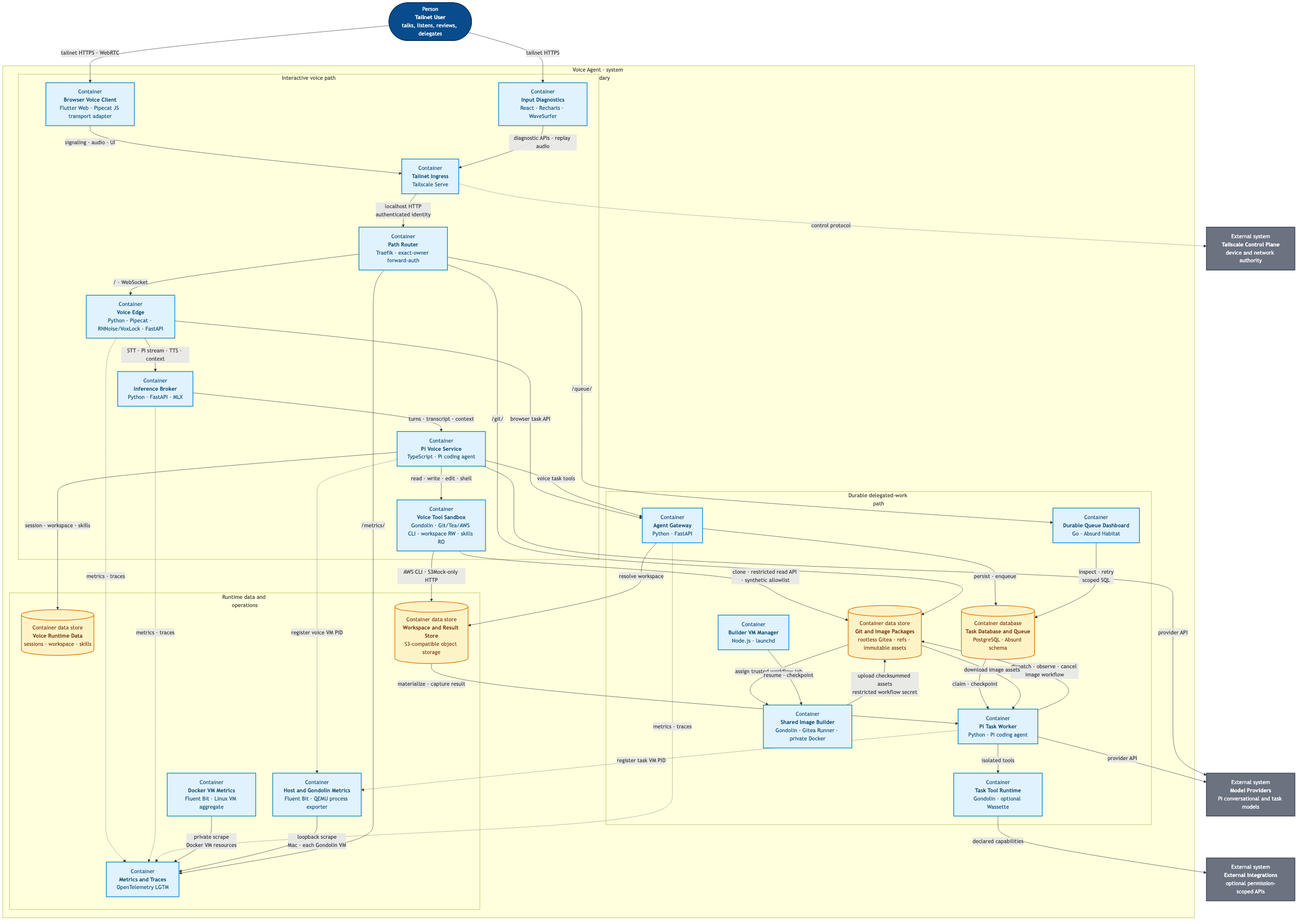
The Mermaid diagram products/voice-agent/docs/architecture/c2-container.png in ragavsathish/agent-workload-platform, before a commit. Its source is kept beside it as products/voice-agent/docs/architecture/c2-container.mmd. The source it was exported from:
```mermaid
flowchart TB
    USER(["Person<br/><b>Tailnet User</b><br/>talks, listens, reviews, delegates"])
    TSC["External system<br/><b>Tailscale Control Plane</b><br/>device and network authority"]
    MODELS["External system<br/><b>Model Providers</b><br/>Pi conversational and task models"]
    INTEGRATIONS["External system<br/><b>External Integrations</b><br/>optional permission-scoped APIs"]

    subgraph SYSTEM["Voice Agent · system boundary"]
        direction TB

        subgraph VOICE["Interactive voice path"]
            direction LR
            BROWSER["Container<br/><b>Browser Voice Client</b><br/>Flutter Web · Pipecat JS transport adapter"]
            DIAGNOSTICS["Container<br/><b>Input Diagnostics</b><br/>React · Recharts · WaveSurfer"]
            INGRESS["Container<br/><b>Tailnet Ingress</b><br/>Tailscale Serve"]
            ROUTER["Container<br/><b>Path Router</b><br/>Traefik · exact-owner forward-auth"]
            EDGE["Container<br/><b>Voice Edge</b><br/>Python · Pipecat · RNNoise/VoxLock · FastAPI"]
            BROKER["Container<br/><b>Inference Broker</b><br/>Python · FastAPI · MLX"]
            PI["Container<br/><b>Pi Voice Service</b><br/>TypeScript · Pi coding agent"]
            VOICE_VM["Container<br/><b>Voice Tool Sandbox</b><br/>Gondolin · Git/Tea/AWS CLI · workspace RW · skills RO"]
            BROWSER -->|"signaling · audio · UI"| INGRESS
            DIAGNOSTICS -->|"diagnostic APIs · replay audio"| INGRESS
            INGRESS -->|"localhost HTTP<br/>authenticated identity"| ROUTER
            ROUTER -->|"/ · WebSocket"| EDGE
            EDGE -->|"STT · Pi stream · TTS · context"| BROKER
            BROKER -->|"turns · transcript · context"| PI
            PI -->|"read · write · edit · shell"| VOICE_VM
        end

        subgraph TASK["Durable delegated-work path"]
            direction LR
            GATEWAY["Container<br/><b>Agent Gateway</b><br/>Python · FastAPI"]
            TASKS[("Container database<br/><b>Task Database and Queue</b><br/>PostgreSQL · Absurd schema")]
            HABITAT["Container<br/><b>Durable Queue Dashboard</b><br/>Go · Absurd Habitat"]
            WORKER["Container<br/><b>Pi Task Worker</b><br/>Python · Pi coding agent"]
            BUILDER_MANAGER["Container<br/><b>Builder VM Manager</b><br/>Node.js · launchd"]
            BUILDER_VM["Container<br/><b>Shared Image Builder</b><br/>Gondolin · Gitea Runner · private Docker"]
            TASK_TOOLS["Container<br/><b>Task Tool Runtime</b><br/>Gondolin · optional Wassette"]
            GATEWAY -->|"persist · enqueue"| TASKS
            HABITAT -->|"inspect · retry<br/>scoped SQL"| TASKS
            TASKS -->|"claim · checkpoint"| WORKER
            WORKER -->|"dispatch · observe · cancel image workflow"| GITEA
            GITEA -->|"assign trusted workflow job"| BUILDER_VM
            BUILDER_MANAGER -->|"resume · checkpoint"| BUILDER_VM
            WORKER -->|"isolated tools"| TASK_TOOLS
        end

        subgraph DATA["Runtime data and operations"]
            direction LR
            VOICE_DATA[("Container data store<br/><b>Voice Runtime Data</b><br/>sessions · workspace · skills")]
            GITEA[("Container data store<br/><b>Git and Image Packages</b><br/>rootless Gitea · refs · immutable assets")]
            ARTIFACTS[("Container data store<br/><b>Workspace and Result Store</b><br/>S3-compatible object storage")]
            DOCKER_METRICS["Container<br/><b>Docker VM Metrics</b><br/>Fluent Bit · Linux VM aggregate"]
            HOST_METRICS["Container<br/><b>Host and Gondolin Metrics</b><br/>Fluent Bit · QEMU process exporter"]
            OTEL["Container<br/><b>Metrics and Traces</b><br/>OpenTelemetry LGTM"]
        end

        EDGE -->|"browser task API"| GATEWAY
        PI -->|"voice task tools"| GATEWAY
        PI -->|"session · workspace · skills"| VOICE_DATA
        VOICE_VM -->|"clone · restricted read API · synthetic allowlist"| GITEA
        VOICE_VM -->|"AWS CLI · S3Mock-only HTTP"| ARTIFACTS
        GATEWAY -->|"resolve workspace"| ARTIFACTS
        ARTIFACTS -->|"materialize · capture result"| WORKER
        BUILDER_VM -->|"upload checksummed assets<br/>restricted workflow secret"| GITEA
        GITEA -->|"download image assets"| WORKER
        EDGE -.->|"metrics · traces"| OTEL
        BROKER -.->|"metrics · traces"| OTEL
        GATEWAY -.->|"metrics · traces"| OTEL
        PI -.->|"register voice VM PID"| HOST_METRICS
        WORKER -.->|"register task VM PID"| HOST_METRICS
        DOCKER_METRICS -->|"private scrape<br/>Docker VM resources"| OTEL
        HOST_METRICS -->|"loopback scrape<br/>Mac · each Gondolin VM"| OTEL
        ROUTER -->|"/metrics/"| OTEL
        ROUTER -->|"/git/"| GITEA
        ROUTER -->|"/queue/"| HABITAT
    end

    USER -->|"tailnet HTTPS · WebRTC"| BROWSER
    USER -->|"tailnet HTTPS"| DIAGNOSTICS
    INGRESS -.->|"control protocol"| TSC
    PI -->|"provider API"| MODELS
    WORKER -->|"provider API"| MODELS
    TASK_TOOLS -->|"declared capabilities"| INTEGRATIONS

    classDef person fill:#084c8d,color:#fff,stroke:#05345f,stroke-width:2px;
    classDef external fill:#6b7280,color:#fff,stroke:#374151,stroke-width:2px;
    classDef container fill:#e0f2fe,color:#0c4a6e,stroke:#0284c7,stroke-width:2px;
    classDef data fill:#fef3c7,color:#78350f,stroke:#d97706,stroke-width:2px;
    class USER person;
    class TSC,MODELS,INTEGRATIONS external;
    class BROWSER,DIAGNOSTICS,INGRESS,ROUTER,EDGE,BROKER,PI,VOICE_VM,GATEWAY,HABITAT,WORKER,BUILDER_MANAGER,BUILDER_VM,TASK_TOOLS,DOCKER_METRICS,HOST_METRICS,OTEL container;
    class TASKS,VOICE_DATA,GITEA,ARTIFACTS data;
```
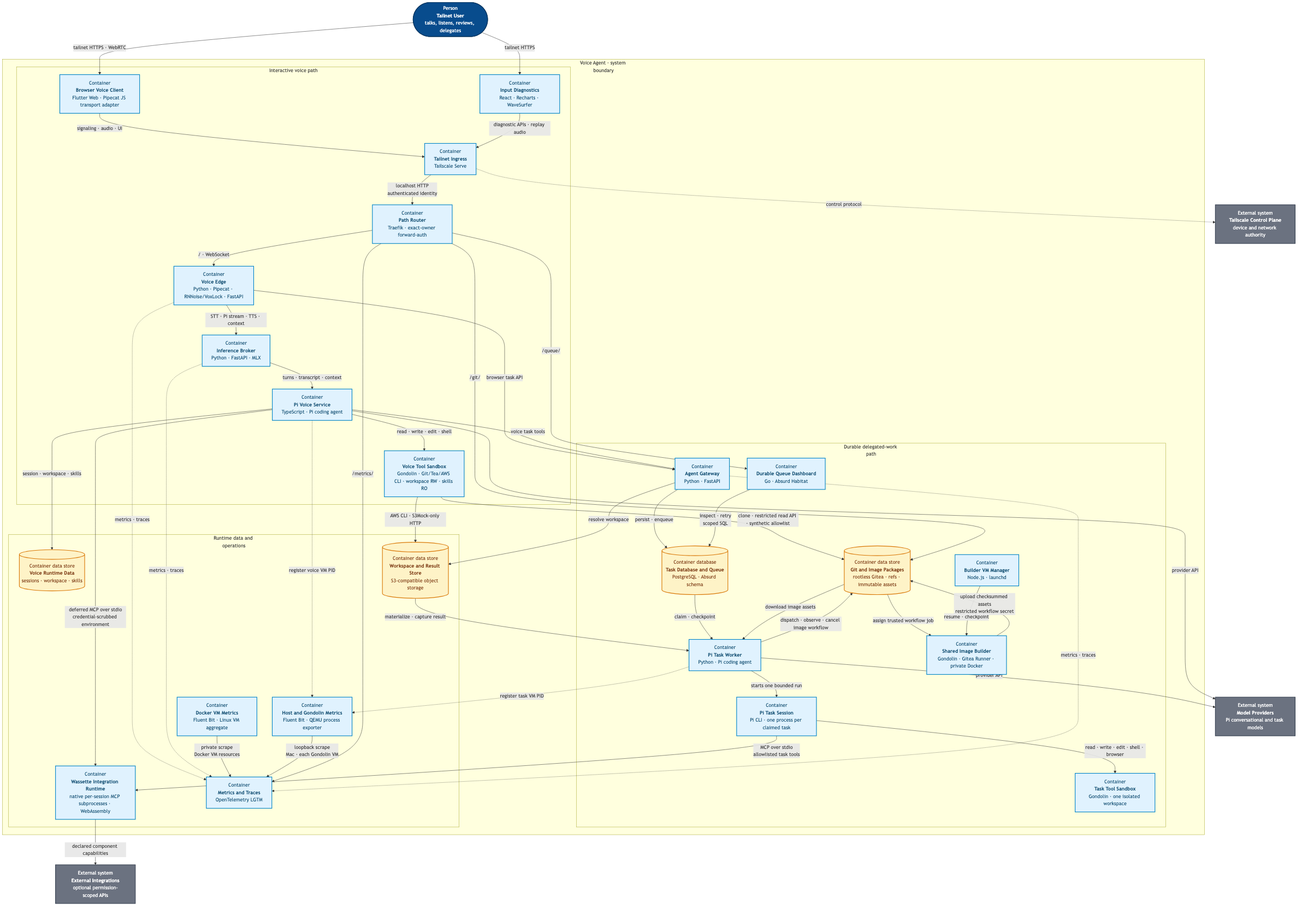
After the change.

What changed in the source:
```diff
@@ -32,16 +32,18 @@
             TASKS[("Container database<br/><b>Task Database and Queue</b><br/>PostgreSQL · Absurd schema")]
             HABITAT["Container<br/><b>Durable Queue Dashboard</b><br/>Go · Absurd Habitat"]
             WORKER["Container<br/><b>Pi Task Worker</b><br/>Python · Pi coding agent"]
+            TASK_PI["Container<br/><b>Pi Task Session</b><br/>Pi CLI · one process per claimed task"]
             BUILDER_MANAGER["Container<br/><b>Builder VM Manager</b><br/>Node.js · launchd"]
             BUILDER_VM["Container<br/><b>Shared Image Builder</b><br/>Gondolin · Gitea Runner · private Docker"]
-            TASK_TOOLS["Container<br/><b>Task Tool Runtime</b><br/>Gondolin · optional Wassette"]
+            TASK_VM["Container<br/><b>Task Tool Sandbox</b><br/>Gondolin · one isolated workspace"]
             GATEWAY -->|"persist · enqueue"| TASKS
             HABITAT -->|"inspect · retry<br/>scoped SQL"| TASKS
             TASKS -->|"claim · checkpoint"| WORKER
             WORKER -->|"dispatch · observe · cancel image workflow"| GITEA
             GITEA -->|"assign trusted workflow job"| BUILDER_VM
             BUILDER_MANAGER -->|"resume · checkpoint"| BUILDER_VM
-            WORKER -->|"isolated tools"| TASK_TOOLS
+            WORKER -->|"starts one bounded run"| TASK_PI
+            TASK_PI -->|"read · write · edit · shell · browser"| TASK_VM
         end
 
         subgraph DATA["Runtime data and operations"]
@@ -51,11 +53,14 @@
             ARTIFACTS[("Container data store<br/><b>Workspace and Result Store</b><br/>S3-compatible object storage")]
             DOCKER_METRICS["Container<br/><b>Docker VM Metrics</b><br/>Fluent Bit · Linux VM aggregate"]
             HOST_METRICS["Container<br/><b>Host and Gondolin Metrics</b><br/>Fluent Bit · QEMU process exporter"]
+            WASSETTE["Container<br/><b>Wassette Integration Runtime</b><br/>native per-session MCP subprocesses · WebAssembly"]
             OTEL["Container<br/><b>Metrics and Traces</b><br/>OpenTelemetry LGTM"]
         end
 
         EDGE -->|"browser task API"| GATEWAY
         PI -->|"voice task tools"| GATEWAY
+        PI -->|"deferred MCP over stdio<br/>credential-scrubbed environment"| WASSETTE
+        TASK_PI -->|"MCP over stdio<br/>allowlisted task tools"| WASSETTE
         PI -->|"session · workspace · skills"| VOICE_DATA
         VOICE_VM -->|"clone · restricted read API · synthetic allowlist"| GITEA
         VOICE_VM -->|"AWS CLI · S3Mock-only HTTP"| ARTIFACTS
@@ -80,7 +85,7 @@
     INGRESS -.->|"control protocol"| TSC
     PI -->|"provider API"| MODELS
     WORKER -->|"provider API"| MODELS
-    TASK_TOOLS -->|"declared capabilities"| INTEGRATIONS
+    WASSETTE -->|"declared component capabilities"| INTEGRATIONS
 
     classDef person fill:#084c8d,color:#fff,stroke:#05345f,stroke-width:2px;
     classDef external fill:#6b7280,color:#fff,stroke:#374151,stroke-width:2px;
@@ -88,5 +93,5 @@
     classDef data fill:#fef3c7,color:#78350f,stroke:#d97706,stroke-width:2px;
     class USER person;
     class TSC,MODELS,INTEGRATIONS external;
-    class BROWSER,DIAGNOSTICS,INGRESS,ROUTER,EDGE,BROKER,PI,VOICE_VM,GATEWAY,HABITAT,WORKER,BUILDER_MANAGER,BUILDER_VM,TASK_TOOLS,DOCKER_METRICS,HOST_METRICS,OTEL container;
+    class BROWSER,DIAGNOSTICS,INGRESS,ROUTER,EDGE,BROKER,PI,VOICE_VM,GATEWAY,HABITAT,WORKER,TASK_PI,BUILDER_MANAGER,BUILDER_VM,TASK_VM,DOCKER_METRICS,HOST_METRICS,WASSETTE,OTEL container;
     class TASKS,VOICE_DATA,GITEA,ARTIFACTS data;
```
